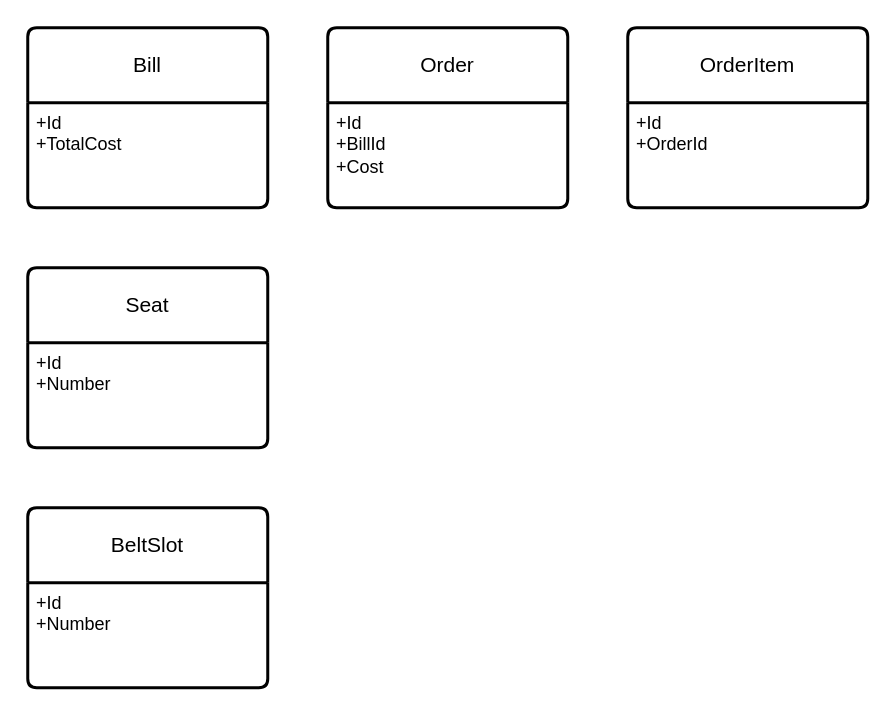
lorenzipsum/sushi-train keeps this draw.io diagram as docs/business-objects.drawio. Above is the earlier version. Source tidied: cells renumbered, new cells numbered last; positions are measured from the earlier drawing's top-left corner, leaving out a move shared by most shapes. Both pictures are drawn from the tidied source at 150%, with x=0, y=0 at pixel (27, 27).
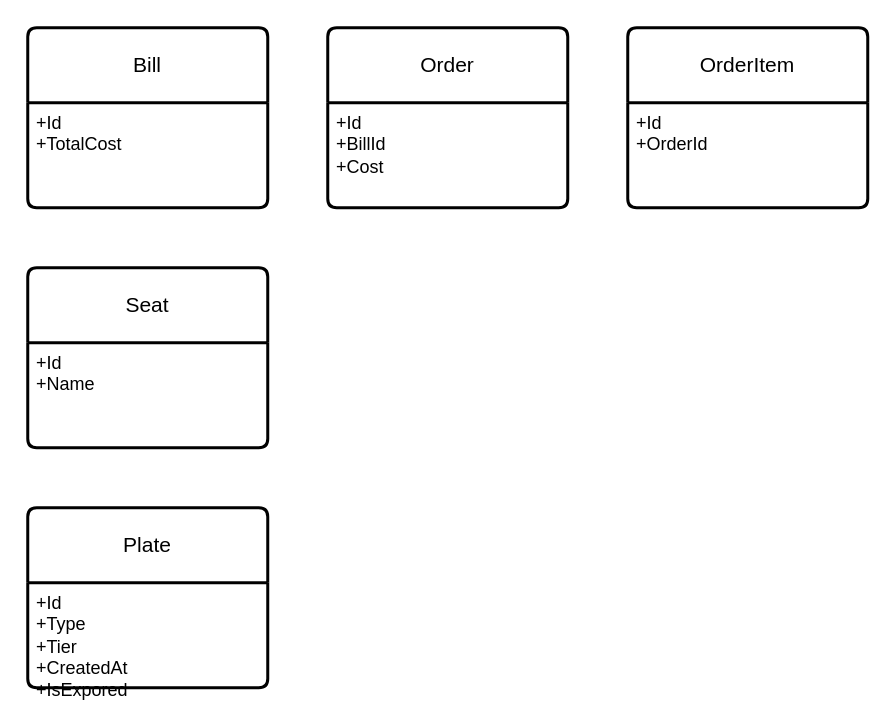
Above is the later version.

Diff of the diagram source:
```diff
@@
 <mxGraphModel>
   <root>
     <mxCell id="0" />
     <mxCell id="1" parent="0" />
     <mxCell id="2" value="Order" style="swimlane;horizontal=1;startSize=50;rounded=1;fontSize=14;fontStyle=0;strokeWidth=2;shadow=0;dashed=0;align=center;arcSize=4;whiteSpace=wrap;html=1;" parent="1" vertex="1">
       <mxGeometry x="200" width="160" height="120" as="geometry" />
     </mxCell>
     <mxCell id="3" value="+Id&lt;div&gt;+BillId&lt;/div&gt;&lt;div&gt;+Cost&lt;/div&gt;" style="align=left;strokeColor=none;fillColor=none;spacingLeft=4;spacingRight=4;fontSize=12;verticalAlign=top;html=1;whiteSpace=wrap;" parent="2" vertex="1">
       <mxGeometry y="50" width="160" height="70" as="geometry" />
     </mxCell>
     <mxCell id="4" value="OrderItem" style="swimlane;horizontal=1;startSize=50;rounded=1;fontSize=14;fontStyle=0;strokeWidth=2;shadow=0;dashed=0;align=center;arcSize=4;whiteSpace=wrap;html=1;" parent="1" vertex="1">
       <mxGeometry x="400" width="160" height="120" as="geometry" />
     </mxCell>
     <mxCell id="5" value="+Id&lt;br&gt;&lt;div&gt;+OrderId&lt;/div&gt;" style="align=left;strokeColor=none;fillColor=none;spacingLeft=4;spacingRight=4;fontSize=12;verticalAlign=top;html=1;whiteSpace=wrap;" parent="4" vertex="1">
       <mxGeometry y="50" width="160" height="70" as="geometry" />
     </mxCell>
     <mxCell id="6" value="Bill" style="swimlane;horizontal=1;startSize=50;rounded=1;fontSize=14;fontStyle=0;strokeWidth=2;shadow=0;dashed=0;align=center;arcSize=4;whiteSpace=wrap;html=1;" parent="1" vertex="1">
       <mxGeometry width="160" height="120" as="geometry" />
     </mxCell>
     <mxCell id="7" value="+Id&lt;div&gt;+TotalCost&lt;/div&gt;" style="align=left;strokeColor=none;fillColor=none;spacingLeft=4;spacingRight=4;fontSize=12;verticalAlign=top;html=1;whiteSpace=wrap;" parent="6" vertex="1">
       <mxGeometry y="50" width="160" height="70" as="geometry" />
     </mxCell>
     <mxCell id="8" value="Seat" style="swimlane;horizontal=1;startSize=50;rounded=1;fontSize=14;fontStyle=0;strokeWidth=2;shadow=0;dashed=0;align=center;arcSize=4;whiteSpace=wrap;html=1;" parent="1" vertex="1">
       <mxGeometry y="160" width="160" height="120" as="geometry" />
     </mxCell>
-    <mxCell id="9" value="+Id&lt;div&gt;+Number&lt;/div&gt;" style="align=left;strokeColor=none;fillColor=none;spacingLeft=4;spacingRight=4;fontSize=12;verticalAlign=top;html=1;whiteSpace=wrap;" parent="8" vertex="1">
+    <mxCell id="9" value="+Id&lt;div&gt;+Name&lt;/div&gt;" style="align=left;strokeColor=none;fillColor=none;spacingLeft=4;spacingRight=4;fontSize=12;verticalAlign=top;html=1;whiteSpace=wrap;" parent="8" vertex="1">
       <mxGeometry y="50" width="160" height="70" as="geometry" />
     </mxCell>
-    <mxCell id="10" value="BeltSlot" style="swimlane;horizontal=1;startSize=50;rounded=1;fontSize=14;fontStyle=0;strokeWidth=2;shadow=0;dashed=0;align=center;arcSize=4;whiteSpace=wrap;html=1;" parent="1" vertex="1">
+    <mxCell id="10" value="Plate" style="swimlane;horizontal=1;startSize=50;rounded=1;fontSize=14;fontStyle=0;strokeWidth=2;shadow=0;dashed=0;align=center;arcSize=4;whiteSpace=wrap;html=1;" parent="1" vertex="1">
       <mxGeometry y="320" width="160" height="120" as="geometry" />
     </mxCell>
-    <mxCell id="11" value="+Id&lt;div&gt;+Number&lt;/div&gt;" style="align=left;strokeColor=none;fillColor=none;spacingLeft=4;spacingRight=4;fontSize=12;verticalAlign=top;html=1;whiteSpace=wrap;" parent="10" vertex="1">
+    <mxCell id="11" value="+Id&lt;div&gt;+Type&lt;br&gt;&lt;div&gt;+Tier&lt;/div&gt;&lt;/div&gt;&lt;div&gt;+CreatedAt&lt;/div&gt;&lt;div&gt;+IsExpored&lt;/div&gt;" style="align=left;strokeColor=none;fillColor=none;spacingLeft=4;spacingRight=4;fontSize=12;verticalAlign=top;html=1;whiteSpace=wrap;" parent="10" vertex="1">
       <mxGeometry y="50" width="160" height="70" as="geometry" />
     </mxCell>
   </root>
 </mxGraphModel>
```
